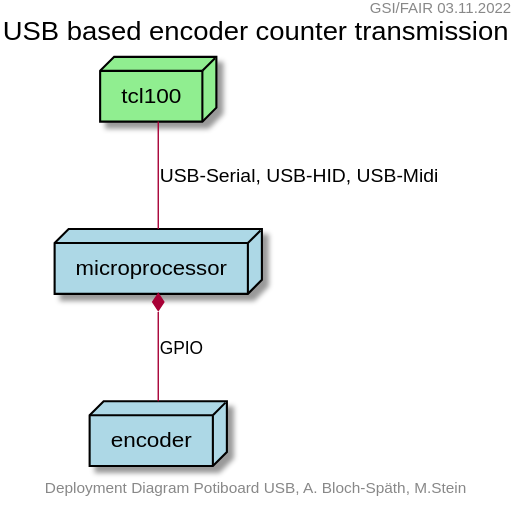
Earlier version of the PlantUML export evaluation/common/img/komponenten-uml-03.svg (steinmartin/encoder-positions-docs).
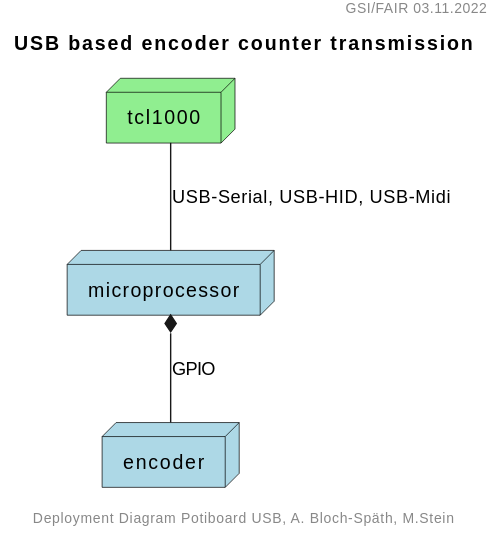
After the commit.

Diff of the diagram source:
```diff
@@ -5,9 +5,9 @@
 title USB based encoder counter transmission
 
 
-node tcl100 #lightgreen;line:black;text:black
+node tcl1000 #lightgreen;line:black;text:black
 node microprocessor #lightblue;line:black;text:black
 node encoder #lightblue;line:black;text:black
 microprocessor *-- encoder : GPIO
-tcl100 -- microprocessor : USB-Serial, USB-HID, USB-Midi
+tcl1000 -- microprocessor : USB-Serial, USB-HID, USB-Midi
 @enduml
```
